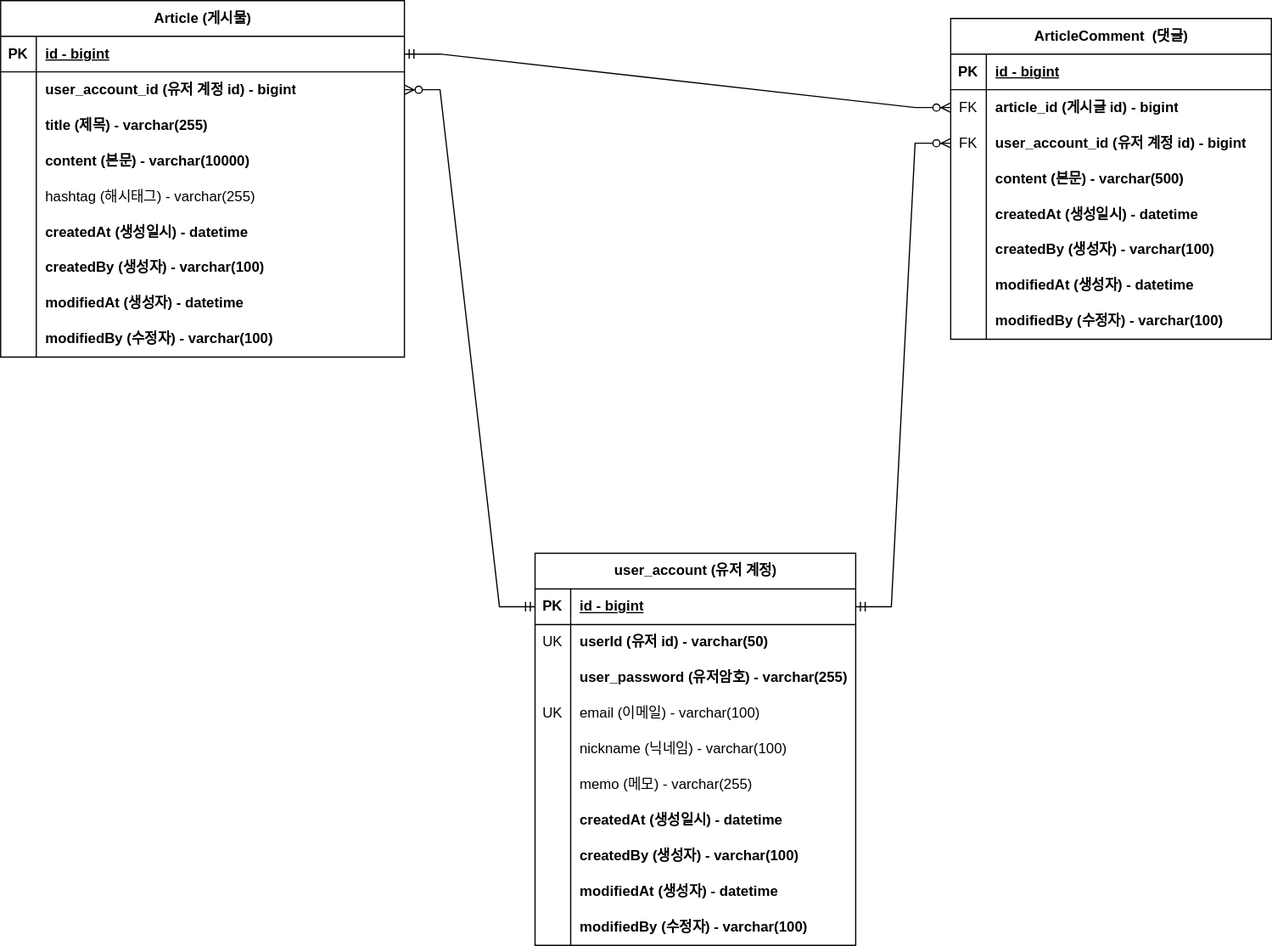
Before: document/project-board-erd.svg, a diagram exported from draw.io (HolyPaper/fastcampus-project-board). Source tidied: cells renumbered, new cells last; positions are measured from the earlier drawing's top-left corner, leaving out a move shared by most shapes.
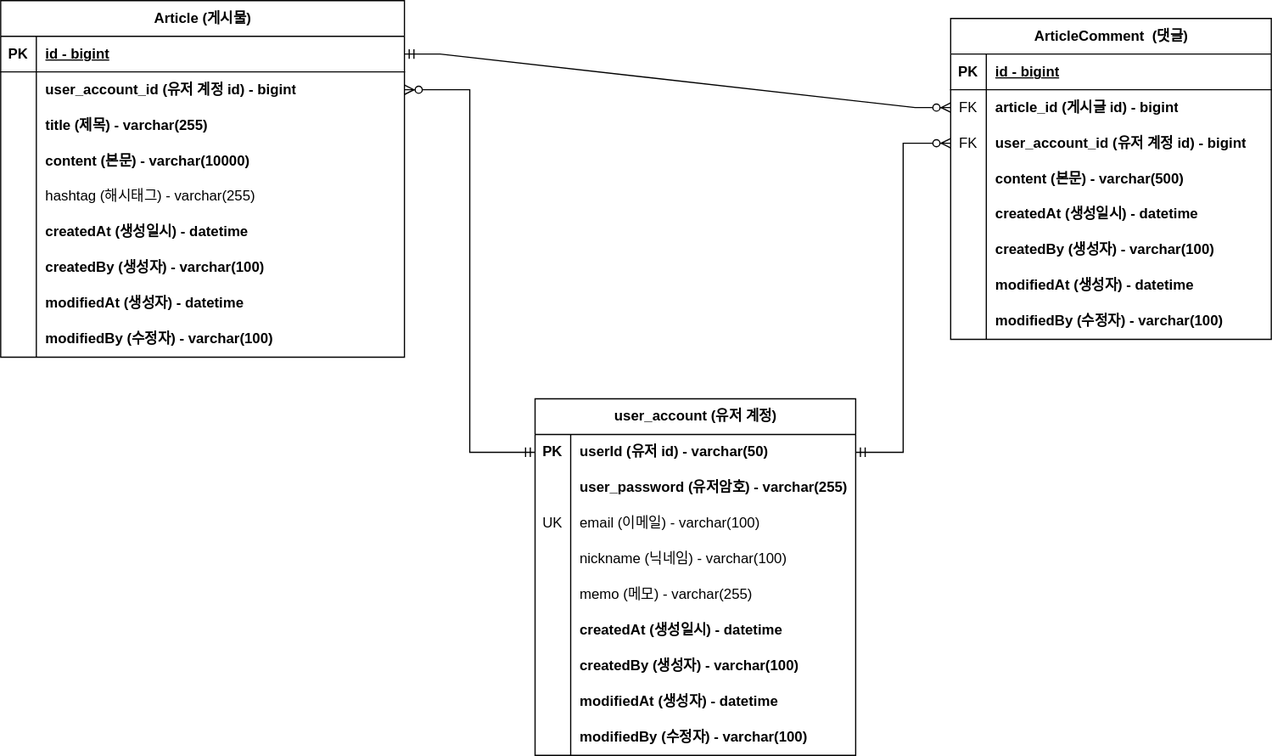
The same diagram one commit later.

Commit message:
#42 - ERD 문서 수정: 회원 계정 user_id 를 PK 로 변경

회원 계정 기존 `id` 를 삭제하고 `user_id`를 pk로 변경하는
그림 적용

Change to the diagram source:
```diff
@@ -175,29 +175,26 @@
         </Array>
       </mxGeometry>
     </mxCell>
+    <mxCell id="87" style="edgeStyle=orthogonalEdgeStyle;fontSize=12;html=1;endArrow=ERzeroToMany;startArrow=ERmandOne;rounded=0;exitX=0;exitY=0.5;exitDx=0;exitDy=0;entryX=1;entryY=0.5;entryDx=0;entryDy=0;" parent="1" edge="1" source="60" target="6">
+      <mxGeometry relative="1" as="geometry" />
+    </mxCell>
+    <mxCell id="88" style="edgeStyle=orthogonalEdgeStyle;fontSize=12;html=1;endArrow=ERzeroToMany;startArrow=ERmandOne;rounded=0;exitX=1;exitY=0.5;exitDx=0;exitDy=0;entryX=0;entryY=0.5;entryDx=0;entryDy=0;" parent="1" edge="1" source="60" target="37">
+      <mxGeometry relative="1" as="geometry" />
+    </mxCell>
     <mxCell id="56" value="user_account (유저 계정)" style="shape=table;startSize=30;rowLines=0;fontStyle=1;align=center;html=1;" parent="1" vertex="1">
-      <mxGeometry x="450" y="480" width="270" height="330" as="geometry" />
+      <mxGeometry x="450" y="350" width="270" height="300" as="geometry" />
     </mxCell>
-    <mxCell id="57" style="shape=tableRow;horizontal=0;startSize=0;swimlaneHead=0;swimlaneBody=0;fillColor=none;points=[[0,0.5],[1,0.5]];portConstraint=eastwest;top=0;left=0;right=0;bottom=1;" parent="56" vertex="1">
-      <mxGeometry y="30" width="270" height="30" as="geometry" />
-    </mxCell>
-    <mxCell id="58" value="PK" style="shape=partialRectangle;fillColor=none;top=0;left=0;bottom=0;right=0;fontStyle=1;overflow=hidden;whiteSpace=wrap;html=1;" parent="57" vertex="1">
-      <mxGeometry width="30" height="30" as="geometry" />
-    </mxCell>
-    <mxCell id="59" value="id - bigint" style="shape=partialRectangle;fillColor=none;top=0;left=0;bottom=0;right=0;align=left;spacingLeft=6;fontStyle=5;overflow=hidden;whiteSpace=wrap;html=1;" parent="57" vertex="1">
-      <mxGeometry x="30" width="240" height="30" as="geometry" />
-    </mxCell>
     <mxCell id="60" style="shape=tableRow;horizontal=0;startSize=0;swimlaneHead=0;swimlaneBody=0;fillColor=none;points=[[0,0.5],[1,0.5]];portConstraint=eastwest;top=0;left=0;right=0;bottom=0;" parent="56" vertex="1">
-      <mxGeometry y="60" width="270" height="30" as="geometry" />
+      <mxGeometry y="30" width="270" height="30" as="geometry" />
     </mxCell>
-    <mxCell id="61" value="UK" style="shape=partialRectangle;fillColor=none;top=0;left=0;bottom=0;right=0;overflow=hidden;whiteSpace=wrap;html=1;" parent="60" vertex="1">
+    <mxCell id="61" value="&lt;span style=&quot;font-weight: 700;&quot;&gt;PK&lt;/span&gt;" style="shape=partialRectangle;fillColor=none;top=0;left=0;bottom=0;right=0;overflow=hidden;whiteSpace=wrap;html=1;" parent="60" vertex="1">
       <mxGeometry width="30" height="30" as="geometry" />
     </mxCell>
     <mxCell id="62" value="userId (유저 id) - varchar(50)" style="shape=partialRectangle;fillColor=none;top=0;left=0;bottom=0;right=0;align=left;spacingLeft=6;overflow=hidden;whiteSpace=wrap;html=1;fontStyle=1;" parent="60" vertex="1">
       <mxGeometry x="30" width="240" height="30" as="geometry" />
     </mxCell>
     <mxCell id="63" style="shape=tableRow;horizontal=0;startSize=0;swimlaneHead=0;swimlaneBody=0;fillColor=none;top=0;left=0;right=0;bottom=0;" parent="56" vertex="1">
-      <mxGeometry y="90" width="270" height="30" as="geometry" />
+      <mxGeometry y="60" width="270" height="30" as="geometry" />
     </mxCell>
     <mxCell id="64" style="shape=partialRectangle;fillColor=none;top=0;left=0;bottom=0;right=0;overflow=hidden;whiteSpace=wrap;html=1;" parent="63" vertex="1">
       <mxGeometry width="30" height="30" as="geometry" />
@@ -206,7 +203,7 @@
       <mxGeometry x="30" width="240" height="30" as="geometry" />
     </mxCell>
     <mxCell id="66" style="shape=tableRow;horizontal=0;startSize=0;swimlaneHead=0;swimlaneBody=0;fillColor=none;top=0;left=0;right=0;bottom=0;" parent="56" vertex="1">
-      <mxGeometry y="120" width="270" height="30" as="geometry" />
+      <mxGeometry y="90" width="270" height="30" as="geometry" />
     </mxCell>
     <mxCell id="67" value="UK" style="shape=partialRectangle;fillColor=none;top=0;left=0;bottom=0;right=0;overflow=hidden;whiteSpace=wrap;html=1;" parent="66" vertex="1">
       <mxGeometry width="30" height="30" as="geometry" />
@@ -215,7 +212,7 @@
       <mxGeometry x="30" width="240" height="30" as="geometry" />
     </mxCell>
     <mxCell id="69" style="shape=tableRow;horizontal=0;startSize=0;swimlaneHead=0;swimlaneBody=0;fillColor=none;top=0;left=0;right=0;bottom=0;" parent="56" vertex="1">
-      <mxGeometry y="150" width="270" height="30" as="geometry" />
+      <mxGeometry y="120" width="270" height="30" as="geometry" />
     </mxCell>
     <mxCell id="70" style="shape=partialRectangle;fillColor=none;top=0;left=0;bottom=0;right=0;overflow=hidden;whiteSpace=wrap;html=1;" parent="69" vertex="1">
       <mxGeometry width="30" height="30" as="geometry" />
@@ -224,7 +221,7 @@
       <mxGeometry x="30" width="240" height="30" as="geometry" />
     </mxCell>
     <mxCell id="72" style="shape=tableRow;horizontal=0;startSize=0;swimlaneHead=0;swimlaneBody=0;fillColor=none;top=0;left=0;right=0;bottom=0;" parent="56" vertex="1">
-      <mxGeometry y="180" width="270" height="30" as="geometry" />
+      <mxGeometry y="150" width="270" height="30" as="geometry" />
     </mxCell>
     <mxCell id="73" style="shape=partialRectangle;fillColor=none;top=0;left=0;bottom=0;right=0;overflow=hidden;whiteSpace=wrap;html=1;" parent="72" vertex="1">
       <mxGeometry width="30" height="30" as="geometry" />
@@ -233,7 +230,7 @@
       <mxGeometry x="30" width="240" height="30" as="geometry" />
     </mxCell>
     <mxCell id="75" style="shape=tableRow;horizontal=0;startSize=0;swimlaneHead=0;swimlaneBody=0;fillColor=none;top=0;left=0;right=0;bottom=0;" parent="56" vertex="1">
-      <mxGeometry y="210" width="270" height="30" as="geometry" />
+      <mxGeometry y="180" width="270" height="30" as="geometry" />
     </mxCell>
     <mxCell id="76" style="shape=partialRectangle;fillColor=none;top=0;left=0;bottom=0;right=0;overflow=hidden;whiteSpace=wrap;html=1;" parent="75" vertex="1">
       <mxGeometry width="30" height="30" as="geometry" />
@@ -242,7 +239,7 @@
       <mxGeometry x="30" width="240" height="30" as="geometry" />
     </mxCell>
     <mxCell id="78" style="shape=tableRow;horizontal=0;startSize=0;swimlaneHead=0;swimlaneBody=0;fillColor=none;top=0;left=0;right=0;bottom=0;" parent="56" vertex="1">
-      <mxGeometry y="240" width="270" height="30" as="geometry" />
+      <mxGeometry y="210" width="270" height="30" as="geometry" />
     </mxCell>
     <mxCell id="79" style="shape=partialRectangle;fillColor=none;top=0;left=0;bottom=0;right=0;overflow=hidden;whiteSpace=wrap;html=1;" parent="78" vertex="1">
       <mxGeometry width="30" height="30" as="geometry" />
@@ -251,7 +248,7 @@
       <mxGeometry x="30" width="240" height="30" as="geometry" />
     </mxCell>
     <mxCell id="81" style="shape=tableRow;horizontal=0;startSize=0;swimlaneHead=0;swimlaneBody=0;fillColor=none;top=0;left=0;right=0;bottom=0;" parent="56" vertex="1">
-      <mxGeometry y="270" width="270" height="30" as="geometry" />
+      <mxGeometry y="240" width="270" height="30" as="geometry" />
     </mxCell>
     <mxCell id="82" style="shape=partialRectangle;fillColor=none;top=0;left=0;bottom=0;right=0;overflow=hidden;whiteSpace=wrap;html=1;" parent="81" vertex="1">
       <mxGeometry width="30" height="30" as="geometry" />
@@ -260,7 +257,7 @@
       <mxGeometry x="30" width="240" height="30" as="geometry" />
     </mxCell>
     <mxCell id="84" style="shape=tableRow;horizontal=0;startSize=0;swimlaneHead=0;swimlaneBody=0;fillColor=none;top=0;left=0;right=0;bottom=0;" parent="56" vertex="1">
-      <mxGeometry y="300" width="270" height="30" as="geometry" />
+      <mxGeometry y="270" width="270" height="30" as="geometry" />
     </mxCell>
     <mxCell id="85" style="shape=partialRectangle;fillColor=none;top=0;left=0;bottom=0;right=0;overflow=hidden;whiteSpace=wrap;html=1;" parent="84" vertex="1">
       <mxGeometry width="30" height="30" as="geometry" />
@@ -268,31 +265,5 @@
     <mxCell id="86" value="modifiedBy (수정자) - varchar(100)" style="shape=partialRectangle;fillColor=none;top=0;left=0;bottom=0;right=0;align=left;spacingLeft=6;overflow=hidden;whiteSpace=wrap;html=1;fontStyle=1;" parent="84" vertex="1">
       <mxGeometry x="30" width="240" height="30" as="geometry" />
     </mxCell>
-    <mxCell id="87" style="edgeStyle=entityRelationEdgeStyle;fontSize=12;html=1;endArrow=ERzeroToMany;startArrow=ERmandOne;rounded=0;exitX=0;exitY=0.5;exitDx=0;exitDy=0;entryX=1;entryY=0.5;entryDx=0;entryDy=0;" parent="1" edge="1" source="57" target="6">
-      <mxGeometry relative="1" as="geometry">
-        <Array as="points">
-          <mxPoint x="480" y="250" />
-          <mxPoint x="440" y="410" />
-          <mxPoint x="430" y="400" />
-        </Array>
-      </mxGeometry>
-    </mxCell>
-    <mxCell id="88" style="edgeStyle=entityRelationEdgeStyle;fontSize=12;html=1;endArrow=ERzeroToMany;startArrow=ERmandOne;rounded=0;exitX=1;exitY=0.5;exitDx=0;exitDy=0;entryX=0;entryY=0.5;entryDx=0;entryDy=0;" parent="1" edge="1" source="57" target="37">
-      <mxGeometry relative="1" as="geometry">
-        <Array as="points">
-          <mxPoint x="410" y="600" />
-          <mxPoint x="660" y="440" />
-          <mxPoint x="491" y="330" />
-          <mxPoint x="580" y="270" />
-          <mxPoint x="580" y="270" />
-          <mxPoint x="601" y="390" />
-          <mxPoint x="620" y="310" />
-          <mxPoint x="600" y="320" />
-          <mxPoint x="621" y="310" />
-          <mxPoint x="621" y="300" />
-          <mxPoint x="631" y="300" />
-        </Array>
-      </mxGeometry>
-    </mxCell>
   </root>
 </mxGraphModel>
```
